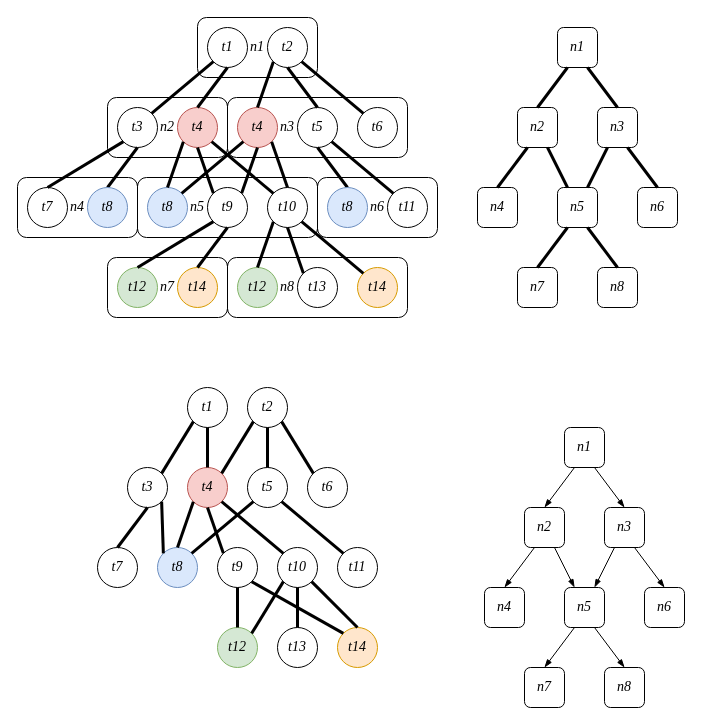
The draw.io diagram karti.drawio in obscurya/draw.io, before the edit. Source tidied: cells renumbered, new cells numbered last; positions are measured from the earlier drawing's top-left corner, leaving out a move shared by most shapes. Both pictures are drawn from the tidied source at 100%, with x=0, y=0 at pixel (17, 17).
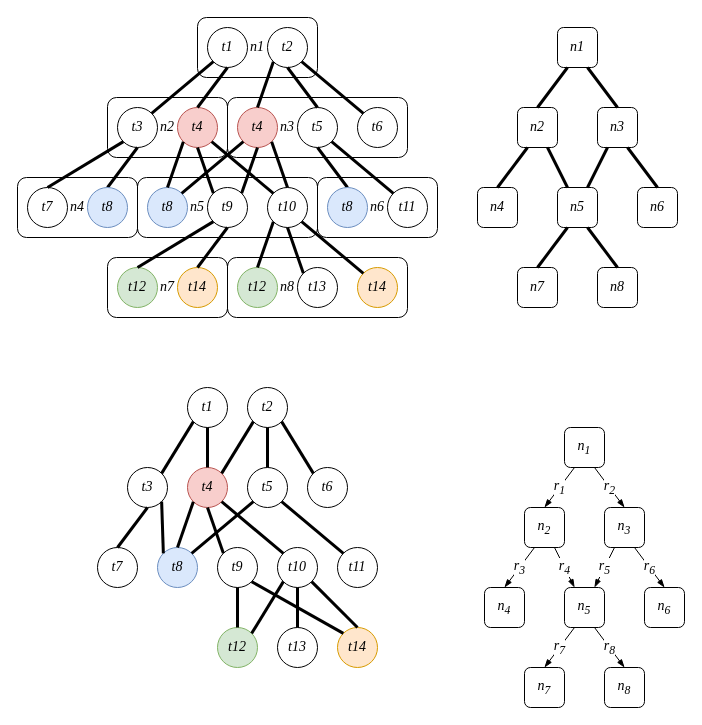
The same page after the edit.

What changed in the source:
```diff
@@
-    <mxCell id="104" value="&lt;span&gt;n8&lt;/span&gt;" style="rounded=1;whiteSpace=wrap;html=1;fontFamily=Times New Roman;fontSize=14;fillColor=none;fontStyle=2;" parent="1" vertex="1">
+    <mxCell id="104" value="n&lt;sub&gt;8&lt;/sub&gt;" style="rounded=1;whiteSpace=wrap;html=1;fontFamily=Times New Roman;fontSize=14;fillColor=none;fontStyle=2;" parent="1" vertex="1">
       <mxGeometry x="587" y="650" width="40" height="40" as="geometry" />
     </mxCell>
-    <mxCell id="105" value="&lt;span&gt;n7&lt;/span&gt;" style="rounded=1;whiteSpace=wrap;html=1;fontFamily=Times New Roman;fontSize=14;fillColor=none;fontStyle=2;" parent="1" vertex="1">
+    <mxCell id="105" value="n&lt;sub&gt;7&lt;/sub&gt;" style="rounded=1;whiteSpace=wrap;html=1;fontFamily=Times New Roman;fontSize=14;fillColor=none;fontStyle=2;" parent="1" vertex="1">
       <mxGeometry x="507" y="650" width="40" height="40" as="geometry" />
     </mxCell>
-    <mxCell id="106" value="n2" style="rounded=1;whiteSpace=wrap;html=1;fontFamily=Times New Roman;fontSize=14;fillColor=none;fontStyle=2;" parent="1" vertex="1">
+    <mxCell id="106" value="n&lt;sub&gt;2&lt;/sub&gt;" style="rounded=1;whiteSpace=wrap;html=1;fontFamily=Times New Roman;fontSize=14;fillColor=none;fontStyle=2;" parent="1" vertex="1">
       <mxGeometry x="507" y="490" width="40" height="40" as="geometry" />
     </mxCell>
-    <mxCell id="107" value="&lt;span&gt;n5&lt;/span&gt;" style="rounded=1;whiteSpace=wrap;html=1;fontFamily=Times New Roman;fontSize=14;fillColor=none;fontStyle=2;" parent="1" vertex="1">
+    <mxCell id="107" value="n&lt;sub&gt;5&lt;/sub&gt;" style="rounded=1;whiteSpace=wrap;html=1;fontFamily=Times New Roman;fontSize=14;fillColor=none;fontStyle=2;" parent="1" vertex="1">
       <mxGeometry x="547" y="570" width="40" height="40" as="geometry" />
     </mxCell>
-    <mxCell id="108" value="n1" style="rounded=1;whiteSpace=wrap;html=1;fontFamily=Times New Roman;fontSize=14;fillColor=none;fontStyle=2;" parent="1" vertex="1">
+    <mxCell id="108" value="n&lt;sub&gt;1&lt;/sub&gt;" style="rounded=1;whiteSpace=wrap;html=1;fontFamily=Times New Roman;fontSize=14;fillColor=none;fontStyle=2;" parent="1" vertex="1">
       <mxGeometry x="547" y="410" width="40" height="40" as="geometry" />
     </mxCell>
-    <mxCell id="109" value="&lt;span&gt;n6&lt;/span&gt;" style="rounded=1;whiteSpace=wrap;html=1;fontFamily=Times New Roman;fontSize=14;fillColor=none;fontStyle=2;" parent="1" vertex="1">
+    <mxCell id="109" value="n&lt;sub&gt;6&lt;/sub&gt;" style="rounded=1;whiteSpace=wrap;html=1;fontFamily=Times New Roman;fontSize=14;fillColor=none;fontStyle=2;" parent="1" vertex="1">
       <mxGeometry x="627" y="570" width="40" height="40" as="geometry" />
     </mxCell>
-    <mxCell id="110" value="&lt;span&gt;n4&lt;/span&gt;" style="rounded=1;whiteSpace=wrap;html=1;fontFamily=Times New Roman;fontSize=14;fillColor=none;fontStyle=2;" parent="1" vertex="1">
+    <mxCell id="110" value="n&lt;sub&gt;4&lt;/sub&gt;" style="rounded=1;whiteSpace=wrap;html=1;fontFamily=Times New Roman;fontSize=14;fillColor=none;fontStyle=2;" parent="1" vertex="1">
       <mxGeometry x="467" y="570" width="40" height="40" as="geometry" />
     </mxCell>
-    <mxCell id="111" value="&lt;span&gt;n3&lt;/span&gt;" style="rounded=1;whiteSpace=wrap;html=1;fontFamily=Times New Roman;fontSize=14;fillColor=none;fontStyle=2;" parent="1" vertex="1">
+    <mxCell id="111" value="n&lt;sub&gt;3&lt;/sub&gt;" style="rounded=1;whiteSpace=wrap;html=1;fontFamily=Times New Roman;fontSize=14;fillColor=none;fontStyle=2;" parent="1" vertex="1">
       <mxGeometry x="587" y="490" width="40" height="40" as="geometry" />
     </mxCell>
-    <mxCell id="112" style="endArrow=none;html=1;fontFamily=Times New Roman;fontSize=14;entryX=0.25;entryY=1;entryDx=0;entryDy=0;exitX=0.5;exitY=0;exitDx=0;exitDy=0;strokeWidth=1;fontStyle=2;startArrow=blockThin;startFill=1;" parent="1" edge="1" source="106" target="108">
+    <mxCell id="112" value="r&lt;sub&gt;1&lt;/sub&gt;" style="endArrow=none;html=1;fontFamily=Times New Roman;fontSize=14;entryX=0.25;entryY=1;entryDx=0;entryDy=0;exitX=0.5;exitY=0;exitDx=0;exitDy=0;strokeWidth=1;fontStyle=2;startArrow=blockThin;startFill=1;" parent="1" edge="1" source="106" target="108">
       <mxGeometry relative="1" as="geometry" />
     </mxCell>
-    <mxCell id="113" style="endArrow=none;html=1;fontFamily=Times New Roman;fontSize=14;entryX=0.75;entryY=1;entryDx=0;entryDy=0;exitX=0.5;exitY=0;exitDx=0;exitDy=0;strokeWidth=1;fontStyle=2;startArrow=blockThin;startFill=1;" parent="1" edge="1" source="111" target="108">
+    <mxCell id="113" value="r&lt;sub&gt;2&lt;/sub&gt;" style="endArrow=none;html=1;fontFamily=Times New Roman;fontSize=14;entryX=0.75;entryY=1;entryDx=0;entryDy=0;exitX=0.5;exitY=0;exitDx=0;exitDy=0;strokeWidth=1;fontStyle=2;startArrow=blockThin;startFill=1;" parent="1" edge="1" source="111" target="108">
       <mxGeometry relative="1" as="geometry" />
     </mxCell>
-    <mxCell id="114" style="endArrow=none;html=1;fontFamily=Times New Roman;fontSize=14;entryX=0.25;entryY=1;entryDx=0;entryDy=0;exitX=0.5;exitY=0;exitDx=0;exitDy=0;strokeWidth=1;fontStyle=2;startArrow=blockThin;startFill=1;" parent="1" edge="1" source="110" target="106">
+    <mxCell id="114" value="r&lt;sub&gt;3&lt;/sub&gt;" style="endArrow=none;html=1;fontFamily=Times New Roman;fontSize=14;entryX=0.25;entryY=1;entryDx=0;entryDy=0;exitX=0.5;exitY=0;exitDx=0;exitDy=0;strokeWidth=1;fontStyle=2;startArrow=blockThin;startFill=1;" parent="1" edge="1" source="110" target="106">
       <mxGeometry relative="1" as="geometry" />
     </mxCell>
-    <mxCell id="115" style="endArrow=none;html=1;fontFamily=Times New Roman;fontSize=14;entryX=0.75;entryY=1;entryDx=0;entryDy=0;exitX=0.25;exitY=0;exitDx=0;exitDy=0;strokeWidth=1;fontStyle=2;startArrow=blockThin;startFill=1;" parent="1" edge="1" source="107" target="106">
+    <mxCell id="115" value="r&lt;sub&gt;4&lt;/sub&gt;" style="endArrow=none;html=1;fontFamily=Times New Roman;fontSize=14;entryX=0.75;entryY=1;entryDx=0;entryDy=0;exitX=0.25;exitY=0;exitDx=0;exitDy=0;strokeWidth=1;fontStyle=2;startArrow=blockThin;startFill=1;" parent="1" edge="1" source="107" target="106">
       <mxGeometry relative="1" as="geometry" />
     </mxCell>
-    <mxCell id="116" style="endArrow=none;html=1;fontFamily=Times New Roman;fontSize=14;entryX=0.25;entryY=1;entryDx=0;entryDy=0;exitX=0.75;exitY=0;exitDx=0;exitDy=0;strokeWidth=1;fontStyle=2;startArrow=blockThin;startFill=1;" parent="1" edge="1" source="107" target="111">
+    <mxCell id="116" value="r&lt;sub&gt;5&lt;/sub&gt;" style="endArrow=none;html=1;fontFamily=Times New Roman;fontSize=14;entryX=0.25;entryY=1;entryDx=0;entryDy=0;exitX=0.75;exitY=0;exitDx=0;exitDy=0;strokeWidth=1;fontStyle=2;startArrow=blockThin;startFill=1;" parent="1" edge="1" source="107" target="111">
       <mxGeometry relative="1" as="geometry" />
     </mxCell>
-    <mxCell id="117" style="endArrow=none;html=1;fontFamily=Times New Roman;fontSize=14;entryX=0.75;entryY=1;entryDx=0;entryDy=0;exitX=0.5;exitY=0;exitDx=0;exitDy=0;strokeWidth=1;fontStyle=2;startArrow=blockThin;startFill=1;" parent="1" edge="1" source="109" target="111">
+    <mxCell id="117" value="r&lt;sub&gt;6&lt;/sub&gt;" style="endArrow=none;html=1;fontFamily=Times New Roman;fontSize=14;entryX=0.75;entryY=1;entryDx=0;entryDy=0;exitX=0.5;exitY=0;exitDx=0;exitDy=0;strokeWidth=1;fontStyle=2;startArrow=blockThin;startFill=1;" parent="1" edge="1" source="109" target="111">
       <mxGeometry relative="1" as="geometry" />
     </mxCell>
-    <mxCell id="118" style="endArrow=none;html=1;fontFamily=Times New Roman;fontSize=14;exitX=0.5;exitY=0;exitDx=0;exitDy=0;strokeWidth=1;fontStyle=2;entryX=0.25;entryY=1;entryDx=0;entryDy=0;startArrow=blockThin;startFill=1;" parent="1" edge="1" source="105" target="107">
+    <mxCell id="118" value="r&lt;sub&gt;7&lt;/sub&gt;" style="endArrow=none;html=1;fontFamily=Times New Roman;fontSize=14;exitX=0.5;exitY=0;exitDx=0;exitDy=0;strokeWidth=1;fontStyle=2;entryX=0.25;entryY=1;entryDx=0;entryDy=0;startArrow=blockThin;startFill=1;" parent="1" edge="1" source="105" target="107">
       <mxGeometry relative="1" as="geometry" />
     </mxCell>
-    <mxCell id="119" style="endArrow=none;html=1;fontFamily=Times New Roman;fontSize=14;entryX=0.75;entryY=1;entryDx=0;entryDy=0;exitX=0.5;exitY=0;exitDx=0;exitDy=0;strokeWidth=1;fontStyle=2;startArrow=blockThin;startFill=1;" parent="1" edge="1" source="104" target="107">
+    <mxCell id="119" value="r&lt;sub&gt;8&lt;/sub&gt;" style="endArrow=none;html=1;fontFamily=Times New Roman;fontSize=14;entryX=0.75;entryY=1;entryDx=0;entryDy=0;exitX=0.5;exitY=0;exitDx=0;exitDy=0;strokeWidth=1;fontStyle=2;startArrow=blockThin;startFill=1;" parent="1" edge="1" source="104" target="107">
       <mxGeometry relative="1" as="geometry" />
     </mxCell>
```
